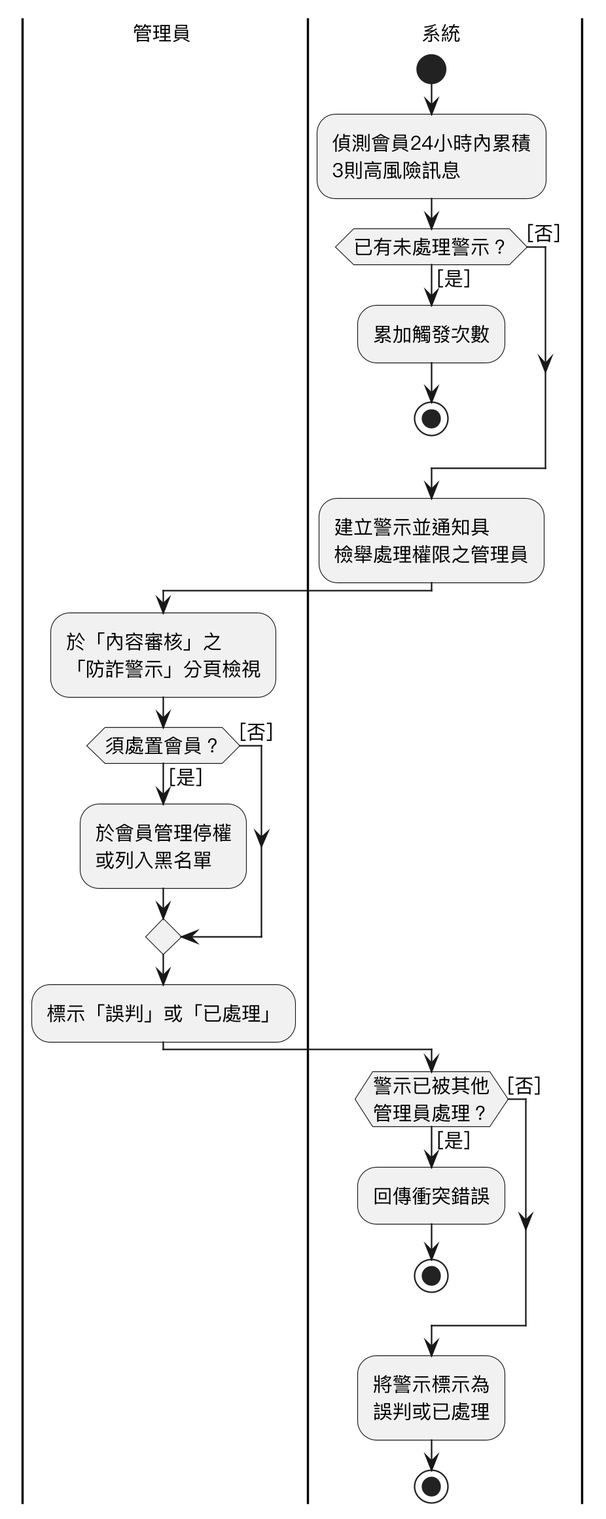
The PlantUML diagram Diagrams/Activity diagram/v3/uc30.png in SaveMyBook/SaveMyBook, before a commit.
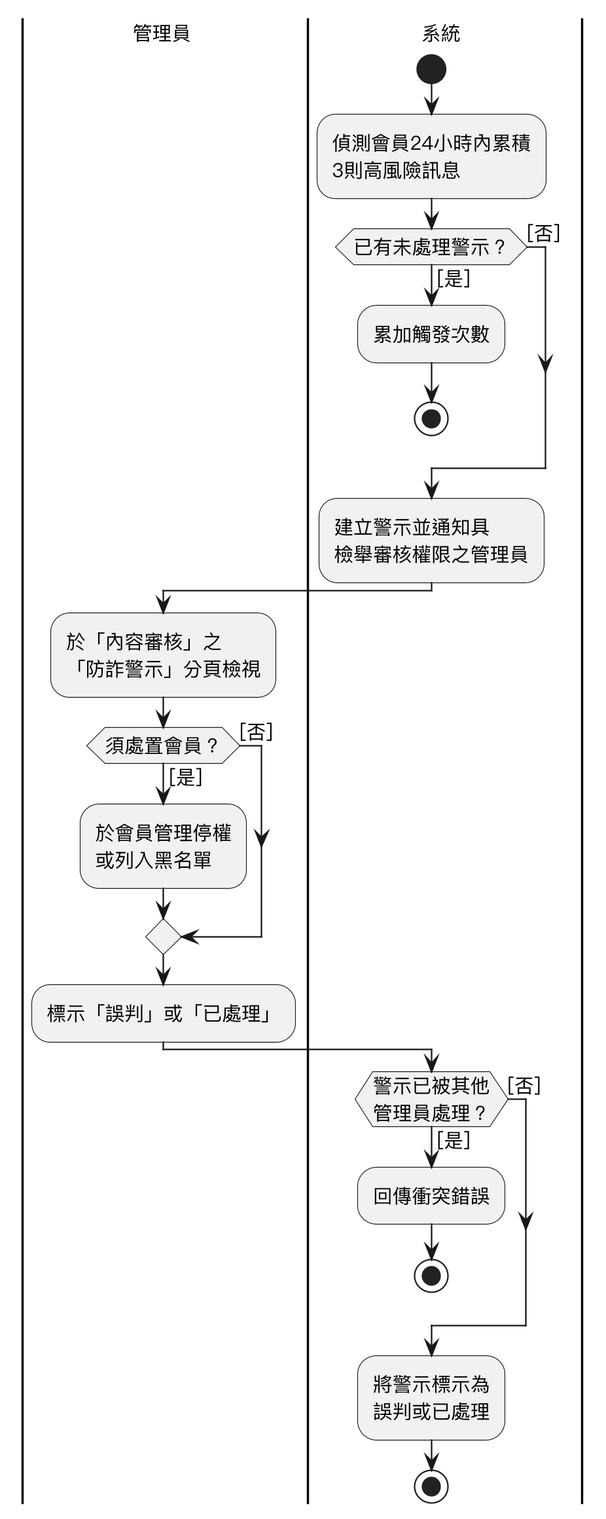
Above is the later version.

Diff of the diagram source:
```diff
@@ -14,7 +14,7 @@
   stop
 else ([否])
 endif
-:建立警示並通知具\n檢舉處理權限之管理員;
+:建立警示並通知具\n檢舉審核權限之管理員;
 |管理員|
 :於「內容審核」之\n「防詐警示」分頁檢視;
 if (須處置會員？) then ([是])
```
